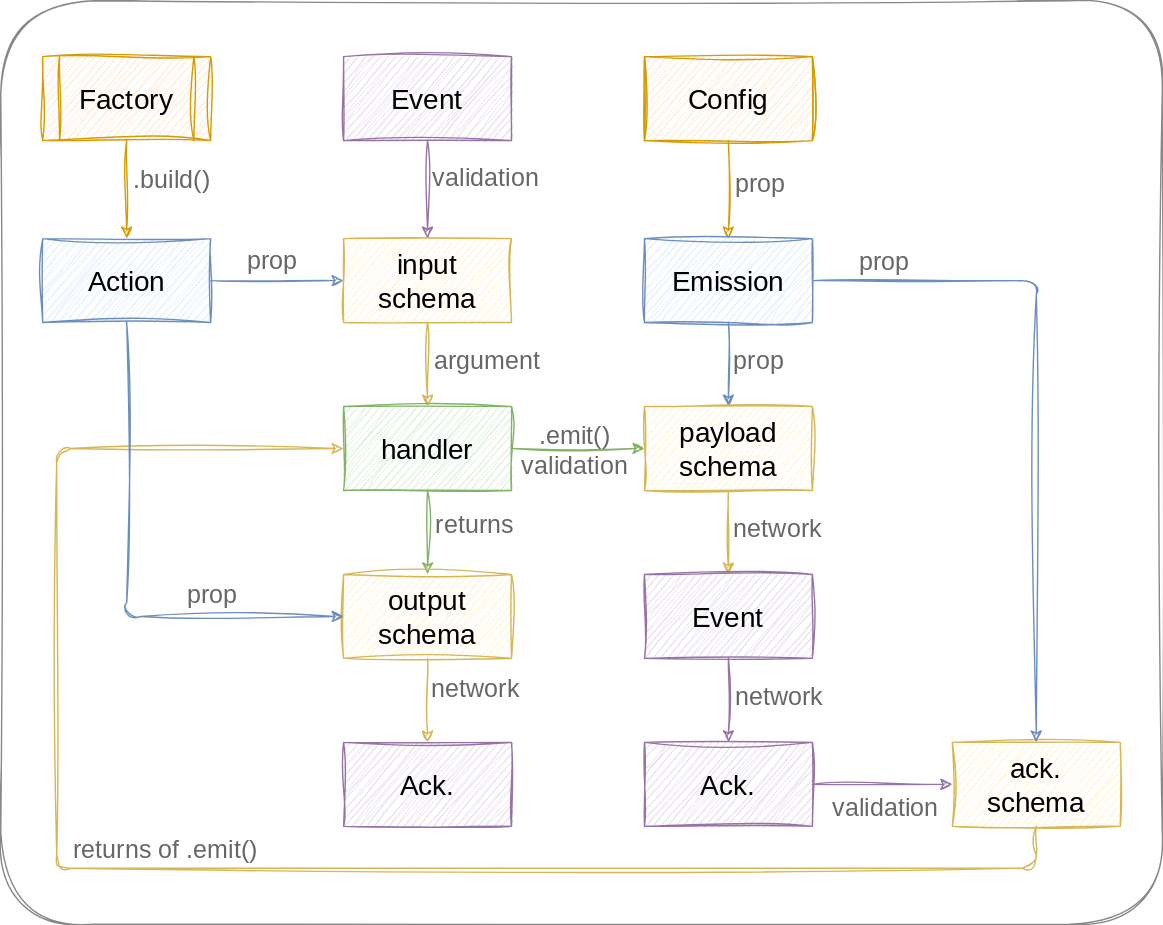
This is flow.svg from RobinTail/zod-sockets, a draw.io export, as it was before one commit. Source tidied: cells renumbered, new cells last; positions are measured from the earlier drawing's top-left corner, leaving out a move shared by most shapes.
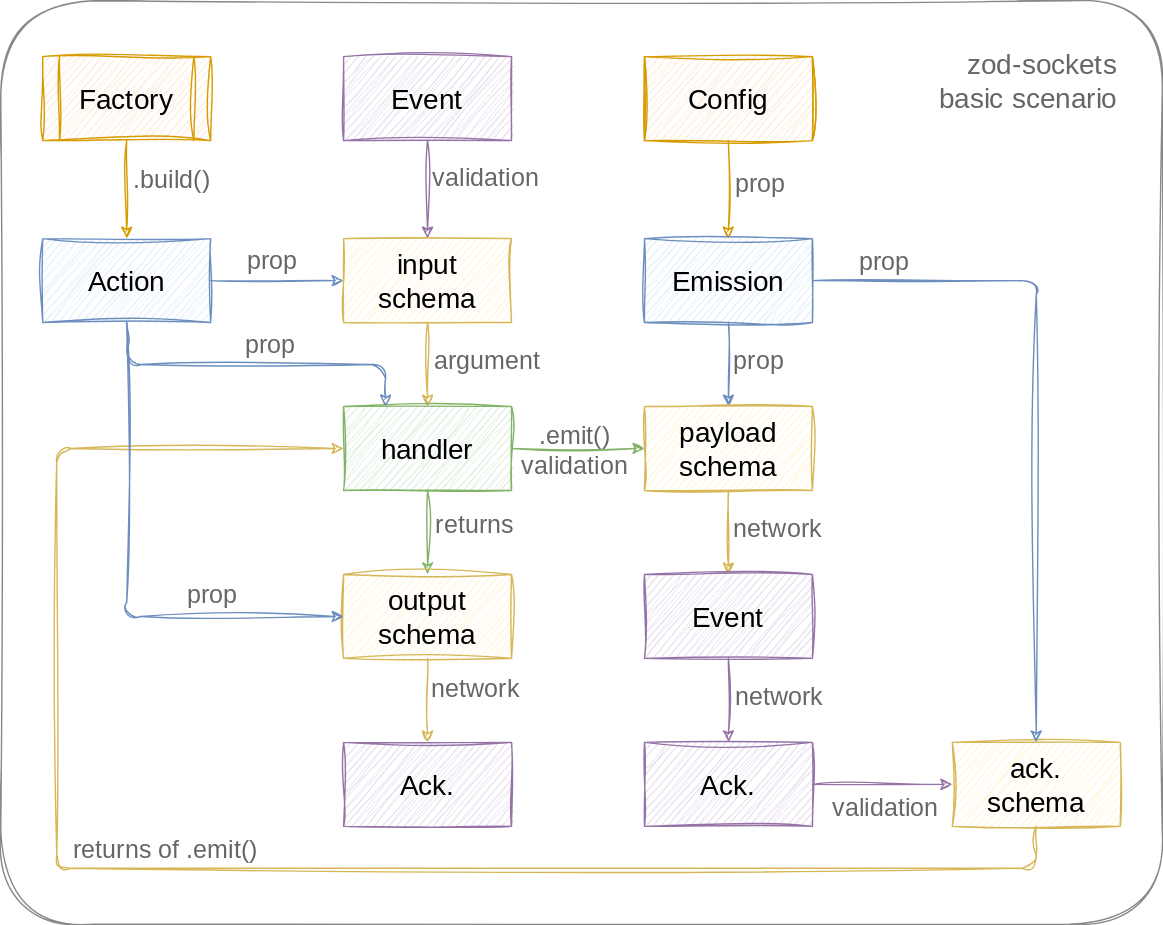
Later version of the same file.

Commit message:
Diagram corrections (#26)

* handler is a prop of Action

* title

* Restore fonts

The edit, as a diff of the source:
```diff
@@ -2,7 +2,7 @@
   <root>
     <mxCell id="0" />
     <mxCell id="1" parent="0" />
-    <mxCell id="2" style="rounded=1;whiteSpace=wrap;html=1;sketch=1;hachureGap=4;jiggle=2;curveFitting=1;fontFamily=Architects Daughter;fontSource=https%3A%2F%2Ffonts.googleapis.com%2Fcss%3Ffamily%3DArchitects%2BDaughter;fontSize=20;arcSize=10;strokeColor=#888888;" parent="1" vertex="1">
+    <mxCell id="2" value="&lt;font color=&quot;#666666&quot;&gt;zod-sockets&lt;br&gt;basic scenario&lt;/font&gt;" style="rounded=1;whiteSpace=wrap;html=1;sketch=1;hachureGap=4;jiggle=2;curveFitting=1;fontFamily=Architects Daughter;fontSource=https%3A%2F%2Ffonts.googleapis.com%2Fcss%3Ffamily%3DArchitects%2BDaughter;fontSize=20;arcSize=10;strokeColor=#888888;align=right;verticalAlign=top;spacingRight=30;spacingTop=27;" parent="1" vertex="1">
       <mxGeometry width="830" height="660" as="geometry" />
     </mxCell>
     <mxCell id="3" style="edgeStyle=orthogonalEdgeStyle;rounded=0;sketch=1;hachureGap=4;jiggle=2;curveFitting=1;jettySize=auto;html=1;fontFamily=Architects Daughter;fontSource=https%3A%2F%2Ffonts.googleapis.com%2Fcss%3Ffamily%3DArchitects%2BDaughter;fontSize=16;strokeColor=#9673a6;fillColor=#e1d5e7;" parent="1" edge="1" source="5" target="14">
@@ -155,5 +155,16 @@
     <mxCell id="45" value="Ack." style="rounded=0;whiteSpace=wrap;html=1;sketch=1;hachureGap=4;jiggle=2;curveFitting=1;fontFamily=Architects Daughter;fontSource=https%3A%2F%2Ffonts.googleapis.com%2Fcss%3Ffamily%3DArchitects%2BDaughter;fontSize=20;fillColor=#e1d5e7;strokeColor=#9673a6;" parent="1" vertex="1">
       <mxGeometry x="460" y="530" width="120" height="60" as="geometry" />
     </mxCell>
+    <mxCell id="46" style="edgeStyle=orthogonalEdgeStyle;rounded=1;sketch=1;hachureGap=4;jiggle=2;curveFitting=1;jettySize=auto;html=1;fontFamily=Architects Daughter;fontSource=https%3A%2F%2Ffonts.googleapis.com%2Fcss%3Ffamily%3DArchitects%2BDaughter;fontSize=16;strokeColor=#6c8ebf;fillColor=#dae8fc;exitX=0.5;exitY=1;exitDx=0;exitDy=0;entryX=0.25;entryY=0;entryDx=0;entryDy=0;curved=0;" parent="1" edge="1" source="11" target="19">
+      <mxGeometry relative="1" as="geometry">
+        <Array as="points">
+          <mxPoint x="90" y="260" />
+          <mxPoint x="275" y="260" />
+        </Array>
+      </mxGeometry>
+    </mxCell>
+    <mxCell id="47" value="prop" style="edgeLabel;html=1;align=left;verticalAlign=bottom;fontSize=18;fontFamily=Architects Daughter;labelBackgroundColor=none;fontColor=#666666;spacingLeft=2;" parent="46" vertex="1">
+      <mxGeometry x="-0.1" y="1" relative="1" as="geometry" />
+    </mxCell>
   </root>
 </mxGraphModel>
```
